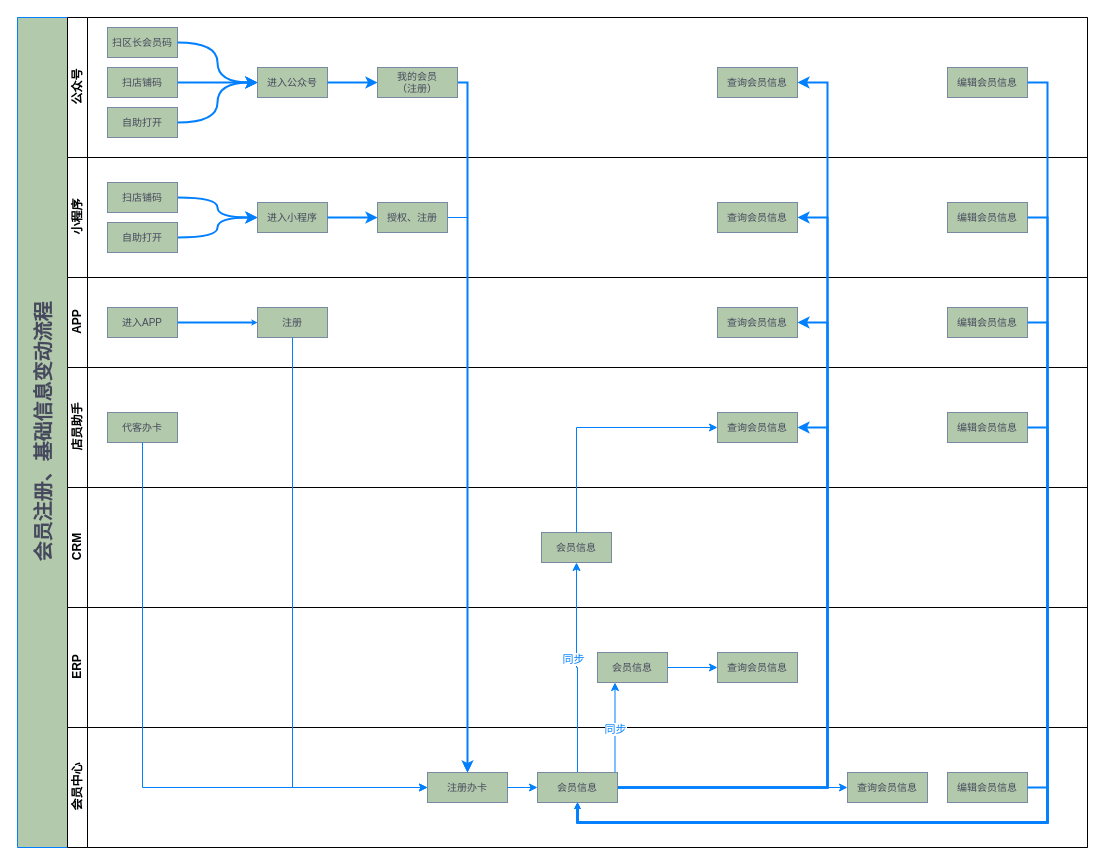
This is page "Page-3" (3 of 4) of 会员.drawio from JustDoItHilary/HilarysTraining, a draw.io file, before an edit. Source tidied: cells renumbered, new cells numbered last; positions are measured from the earlier drawing's top-left corner, leaving out a move shared by most shapes. Both pictures are drawn from the tidied source at 100%, with x=0, y=0 at pixel (17, 17).
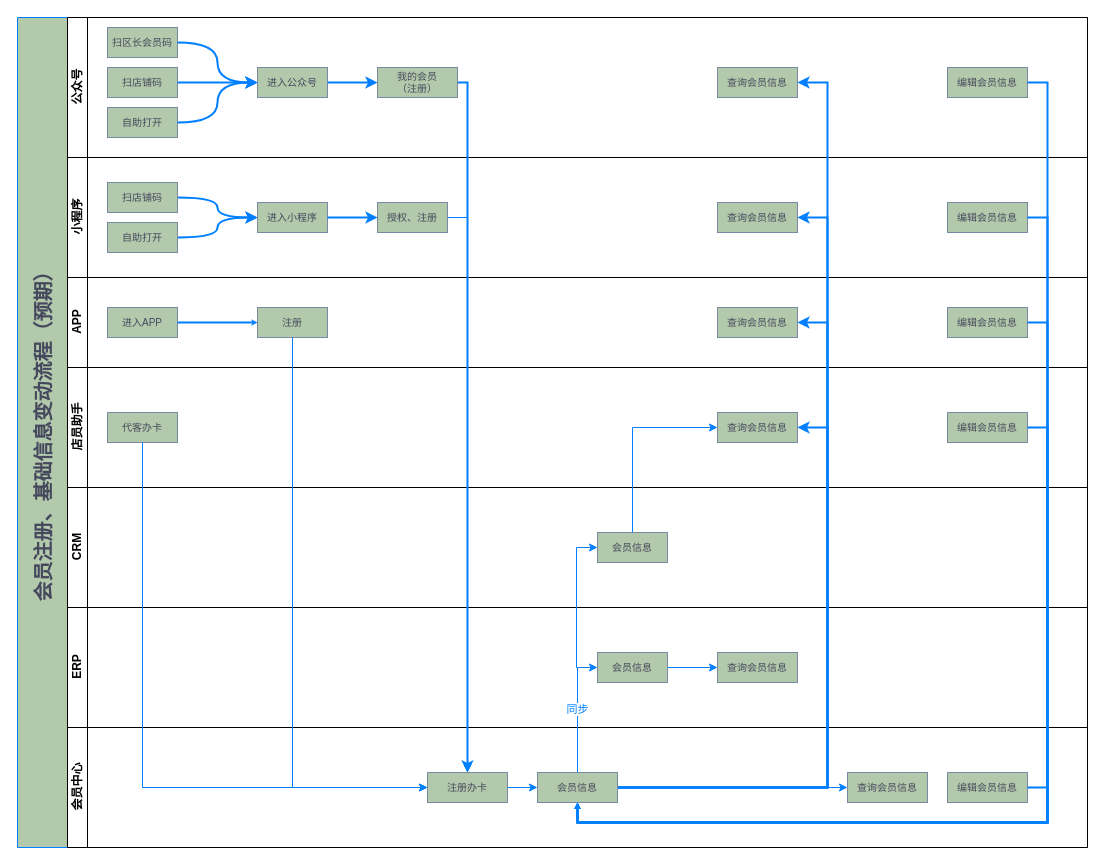
The same diagram, later.

The change refers to these unchanged cells:
```xml
<mxCell id="31" value="CRM" style="swimlane;html=1;startSize=20;horizontal=0;" parent="2" vertex="1">
  <mxGeometry x="50" y="470" width="1020" height="120" as="geometry" />
</mxCell>
<mxCell id="36" value="&lt;font size=&quot;1&quot;&gt;会员信息&lt;/font&gt;" style="rounded=0;whiteSpace=wrap;html=1;strokeColor=#788AA3;fillColor=#B2C9AB;fontColor=#46495D;fontSize=10;" parent="33" vertex="1">
  <mxGeometry x="530" y="45" width="70" height="30" as="geometry" />
</mxCell>
<mxCell id="58" value="&lt;font size=&quot;1&quot;&gt;会员信息&lt;/font&gt;" style="rounded=0;whiteSpace=wrap;html=1;fillColor=#B2C9AB;fontColor=#46495D;fontSize=10;strokeColor=#788AA3;" parent="1" vertex="1">
  <mxGeometry x="520" y="755" width="80" height="30" as="geometry" />
</mxCell>
```

The edit, as a diff of the source:
```diff
@@
-    <mxCell id="2" value="&lt;font style=&quot;font-size: 20px&quot;&gt;会员注册、基础信息变动流程&lt;/font&gt;" style="swimlane;html=1;horizontal=0;startSize=50;rounded=0;fillColor=#B2C9AB;fontColor=#46495D;fontSize=10;align=center;verticalAlign=middle;strokeColor=#007FFF;" parent="1" vertex="1">
+    <mxCell id="2" value="&lt;font style=&quot;font-size: 20px&quot;&gt;会员注册、基础信息变动流程（预期）&lt;/font&gt;" style="swimlane;html=1;horizontal=0;startSize=50;rounded=0;fillColor=#B2C9AB;fontColor=#46495D;fontSize=10;align=center;verticalAlign=middle;strokeColor=#007FFF;" parent="1" vertex="1">
       <mxGeometry width="1070" height="830" as="geometry" />
     </mxCell>
@@
     <mxCell id="32" value="&lt;font size=&quot;1&quot;&gt;会员信息&lt;/font&gt;" style="rounded=0;whiteSpace=wrap;html=1;strokeColor=#788AA3;fillColor=#B2C9AB;fontColor=#46495D;fontSize=10;" parent="31" vertex="1">
-      <mxGeometry x="474" y="45" width="70" height="30" as="geometry" />
+      <mxGeometry x="530" y="45" width="70" height="30" as="geometry" />
     </mxCell>
@@
-    <mxCell id="55" style="edgeStyle=orthogonalEdgeStyle;rounded=0;jettySize=auto;html=1;exitX=0.5;exitY=0;exitDx=0;exitDy=0;entryX=0.5;entryY=1;entryDx=0;entryDy=0;startSize=50;strokeColor=#007FFF;strokeWidth=1;fontColor=#007FFF;" parent="1" edge="1" source="58" target="32">
-      <mxGeometry relative="1" as="geometry" />
+    <mxCell id="55" style="edgeStyle=orthogonalEdgeStyle;rounded=0;jettySize=auto;html=1;exitX=0.5;exitY=0;exitDx=0;exitDy=0;entryX=0;entryY=0.5;entryDx=0;entryDy=0;startSize=50;strokeColor=#007FFF;strokeWidth=1;fontColor=#007FFF;" parent="1" edge="1" source="58" target="32">
+      <mxGeometry relative="1" as="geometry">
+        <Array as="points">
+          <mxPoint x="560" y="650" />
+          <mxPoint x="559" y="530" />
+        </Array>
+      </mxGeometry>
     </mxCell>
-    <mxCell id="56" value="同步" style="edgeLabel;html=1;align=center;verticalAlign=middle;fontColor=#007FFF;" parent="55" vertex="1">
-      <mxGeometry x="0.09" y="4" relative="1" as="geometry" />
-    </mxCell>
-    <mxCell id="57" value="同步" style="edgeStyle=orthogonalEdgeStyle;rounded=0;jettySize=auto;html=1;exitX=1;exitY=0;exitDx=0;exitDy=0;entryX=0.25;entryY=1;entryDx=0;entryDy=0;startSize=50;strokeColor=#007FFF;strokeWidth=1;fontColor=#007FFF;" parent="1" edge="1" source="58" target="36">
+    <mxCell id="57" value="同步" style="edgeStyle=orthogonalEdgeStyle;rounded=0;jettySize=auto;html=1;exitX=0.5;exitY=0;exitDx=0;exitDy=0;entryX=0;entryY=0.5;entryDx=0;entryDy=0;startSize=50;strokeColor=#007FFF;strokeWidth=1;fontColor=#007FFF;" parent="1" edge="1" source="58" target="36">
       <mxGeometry relative="1" as="geometry">
         <Array as="points">
-          <mxPoint x="597" y="755" />
+          <mxPoint x="560" y="650" />
         </Array>
       </mxGeometry>
     </mxCell>
```
